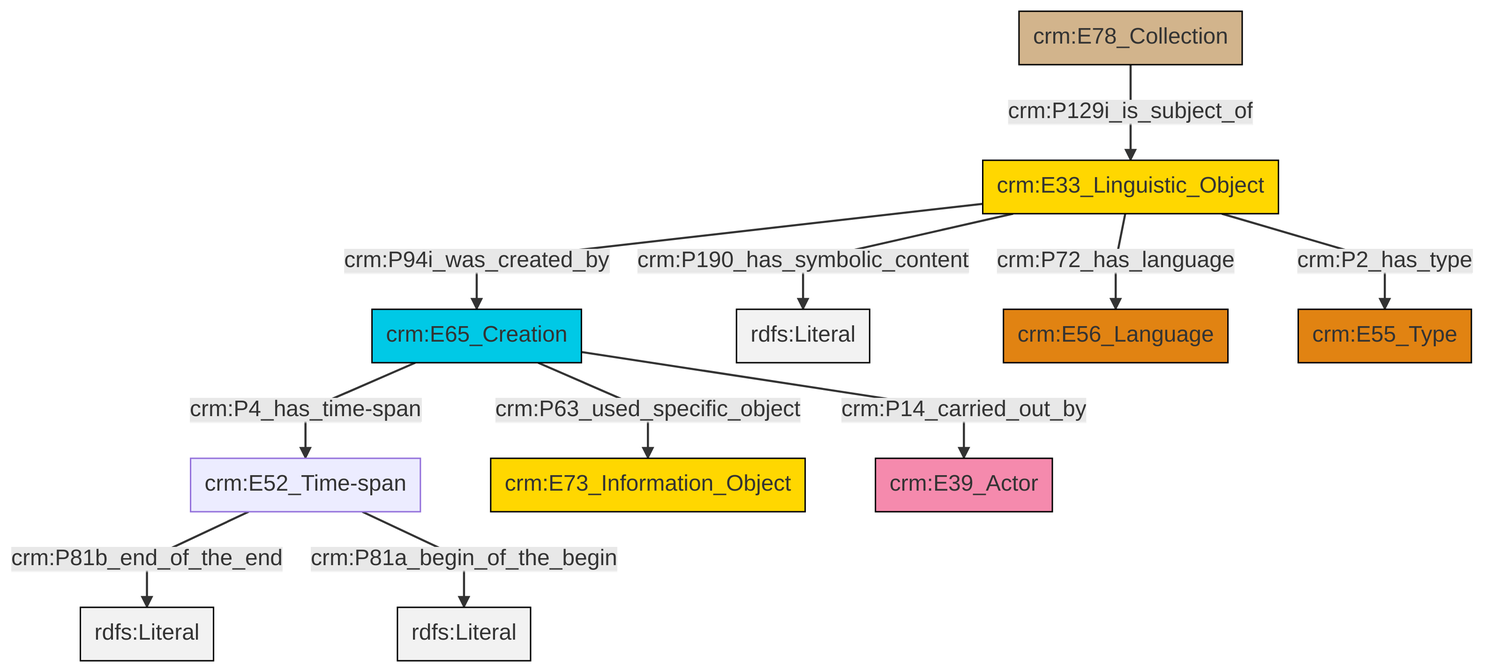
Before: et/archivalCSV/ttl/mmd/png/archival_desc.png, a diagram exported from Mermaid (swiss-art-research-net/docs.swissartresearch). Its source is kept beside it as et/archivalCSV/ttl/mmd/archival_desc.ttl.mmd.
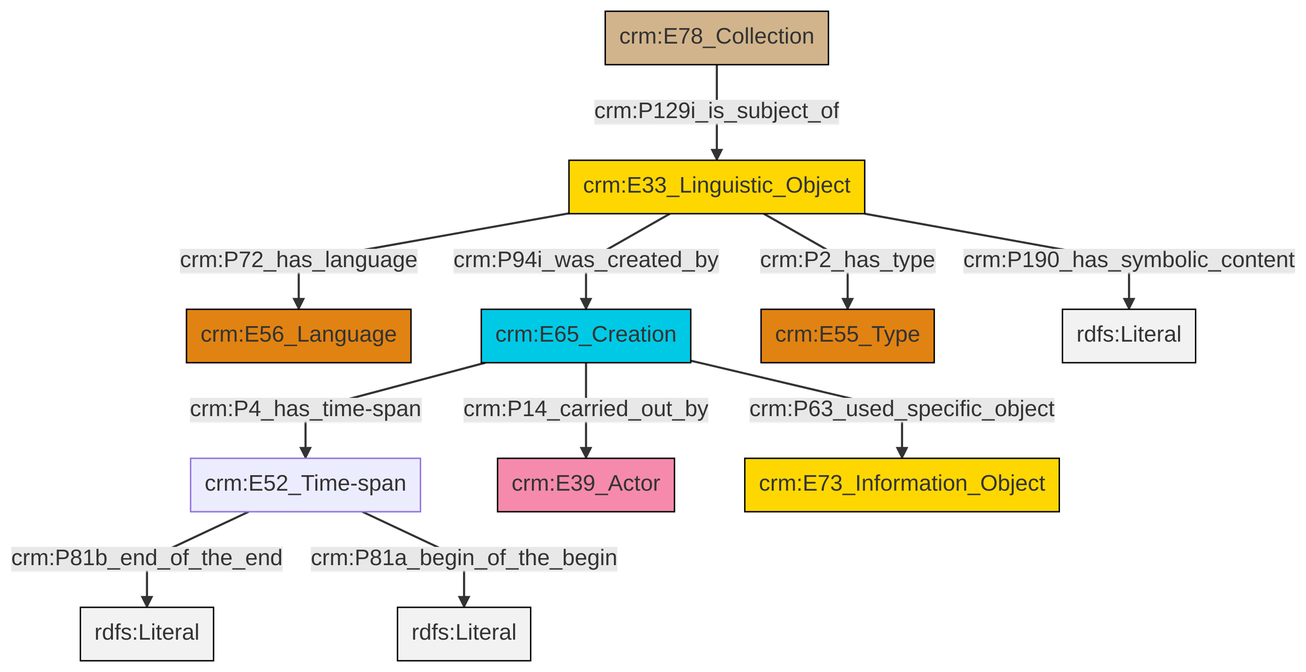
After the change.

What changed in the source:
```diff
@@ -13,13 +13,13 @@
 classDef PC_Classes fill:#4ce600, stroke:#000000;
 classDef Multi fill:#cccccc,stroke:#000000;
 
-0["crm:E33_Linguistic_Object"]:::Conceptual_Object -->|crm:P94i_was_created_by| 1["crm:E65_Creation"]:::Temporal_Entity
-3["crm:E52_Time-span"]:::Default -->|crm:P81b_end_of_the_end| 4[rdfs:Literal]:::Literal
-0["crm:E33_Linguistic_Object"]:::Conceptual_Object -->|crm:P190_has_symbolic_content| 5[rdfs:Literal]:::Literal
-1["crm:E65_Creation"]:::Temporal_Entity -->|crm:P4_has_time-span| 3["crm:E52_Time-span"]:::Default
-1["crm:E65_Creation"]:::Temporal_Entity -->|crm:P63_used_specific_object| 7["crm:E73_Information_Object"]:::Conceptual_Object
-3["crm:E52_Time-span"]:::Default -->|crm:P81a_begin_of_the_begin| 11[rdfs:Literal]:::Literal
-0["crm:E33_Linguistic_Object"]:::Conceptual_Object -->|crm:P72_has_language| 15["crm:E56_Language"]:::Type
-0["crm:E33_Linguistic_Object"]:::Conceptual_Object -->|crm:P2_has_type| 17["crm:E55_Type"]:::Type
-1["crm:E65_Creation"]:::Temporal_Entity -->|crm:P14_carried_out_by| 8["crm:E39_Actor"]:::Actor
-13["crm:E78_Collection"]:::Physical_Thing -->|crm:P129i_is_subject_of| 0["crm:E33_Linguistic_Object"]:::Conceptual_Object
+2["crm:E52_Time-span"]:::Default -->|crm:P81b_end_of_the_end| 3[rdfs:Literal]:::Literal
+8["crm:E33_Linguistic_Object"]:::Conceptual_Object -->|crm:P94i_was_created_by| 9["crm:E65_Creation"]:::Temporal_Entity
+10["crm:E78_Collection"]:::Physical_Thing -->|crm:P129i_is_subject_of| 8["crm:E33_Linguistic_Object"]:::Conceptual_Object
+9["crm:E65_Creation"]:::Temporal_Entity -->|crm:P4_has_time-span| 2["crm:E52_Time-span"]:::Default
+2["crm:E52_Time-span"]:::Default -->|crm:P81a_begin_of_the_begin| 11[rdfs:Literal]:::Literal
+8["crm:E33_Linguistic_Object"]:::Conceptual_Object -->|crm:P190_has_symbolic_content| 14[rdfs:Literal]:::Literal
+9["crm:E65_Creation"]:::Temporal_Entity -->|crm:P63_used_specific_object| 6["crm:E73_Information_Object"]:::Conceptual_Object
+8["crm:E33_Linguistic_Object"]:::Conceptual_Object -->|crm:P72_has_language| 0["crm:E56_Language"]:::Type
+9["crm:E65_Creation"]:::Temporal_Entity -->|crm:P14_carried_out_by| 4["crm:E39_Actor"]:::Actor
+8["crm:E33_Linguistic_Object"]:::Conceptual_Object -->|crm:P2_has_type| 12["crm:E55_Type"]:::Type
```
